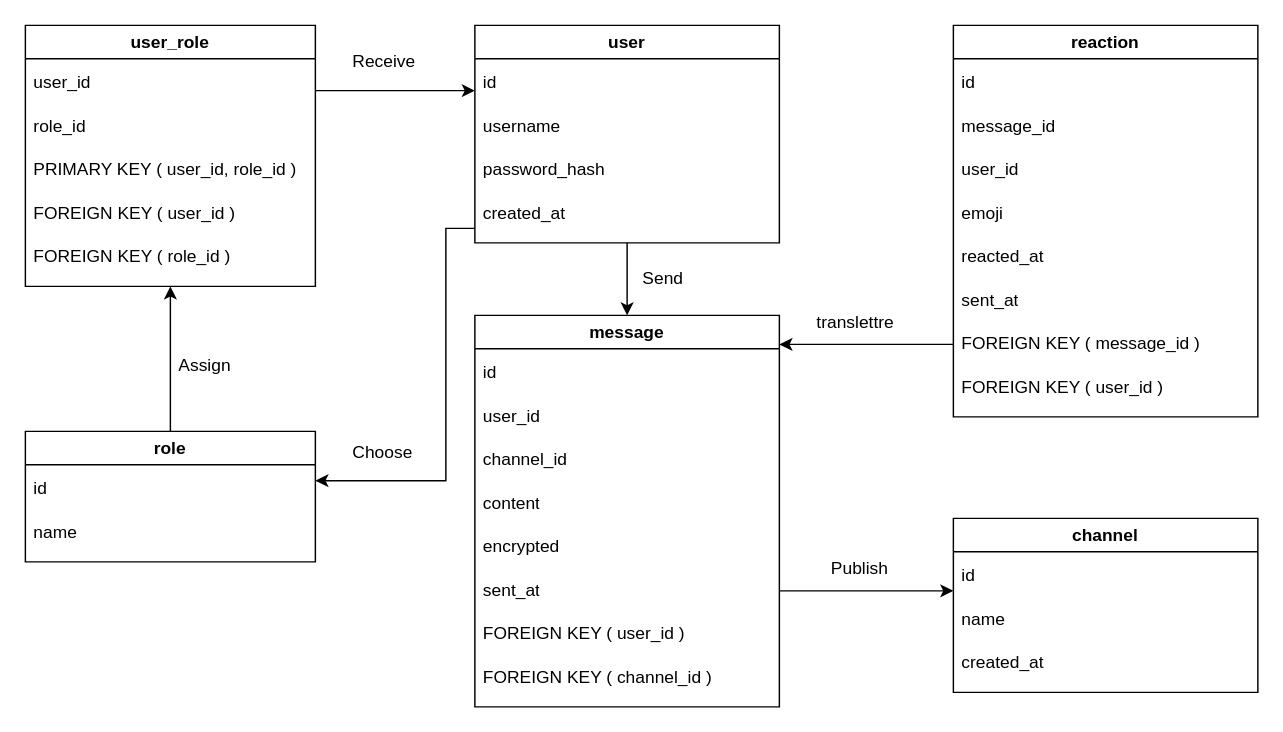
Earlier version of the draw.io diagram Diagramme sans nom.drawio (nadjla-mohamed-dini/budget_buddy). Source tidied: cells renumbered, new cells numbered last; positions are measured from the earlier drawing's top-left corner, leaving out a move shared by most shapes. Both pictures are drawn from the tidied source at 145%, with x=0, y=0 at pixel (25, 25).
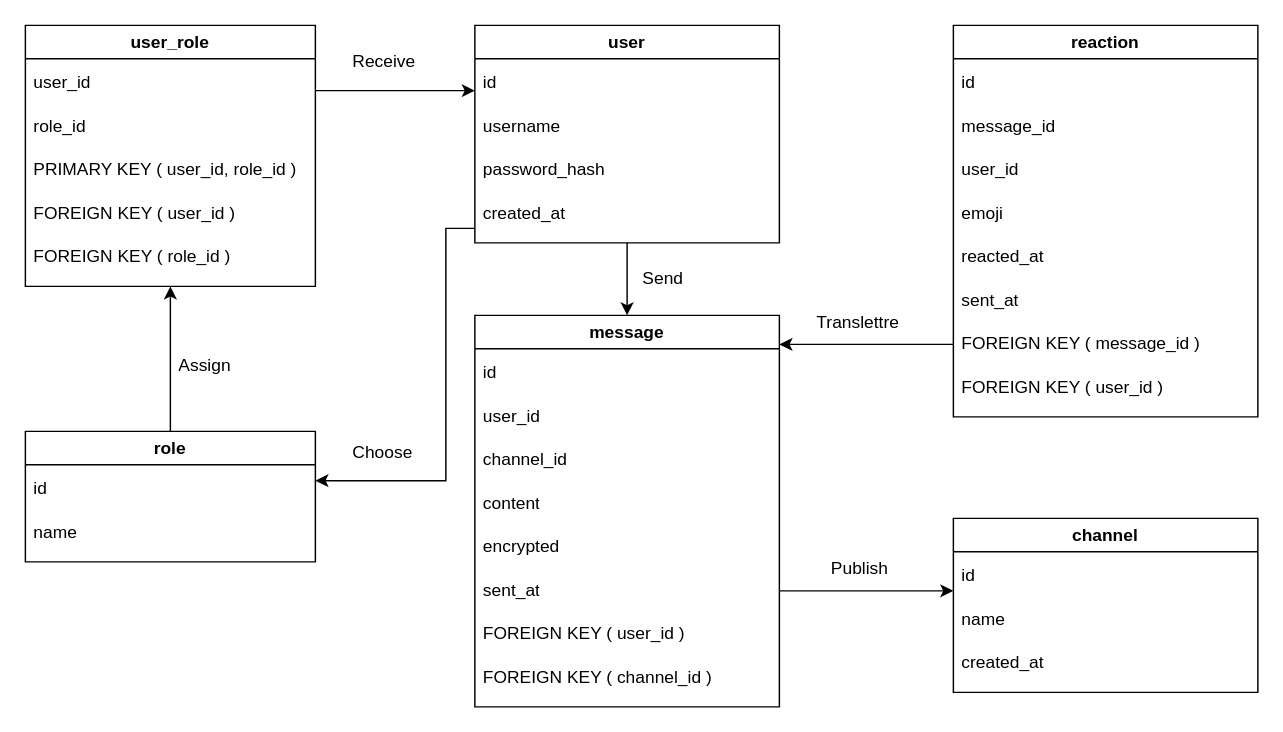
The same diagram, later.

Commit message:
correct spelling errors

The edit, as a diff of the source:
```diff
@@
-    <mxCell id="49" value="translettre" style="text;strokeColor=none;fillColor=none;align=left;verticalAlign=middle;spacingLeft=4;spacingRight=4;overflow=hidden;whiteSpace=wrap;html=1;" parent="1" vertex="1">
+    <mxCell id="49" value="Translettre" style="text;strokeColor=none;fillColor=none;align=left;verticalAlign=middle;spacingLeft=4;spacingRight=4;overflow=hidden;whiteSpace=wrap;html=1;" parent="1" vertex="1">
       <mxGeometry x="540" y="190" width="80" height="30" as="geometry" />
     </mxCell>
```
